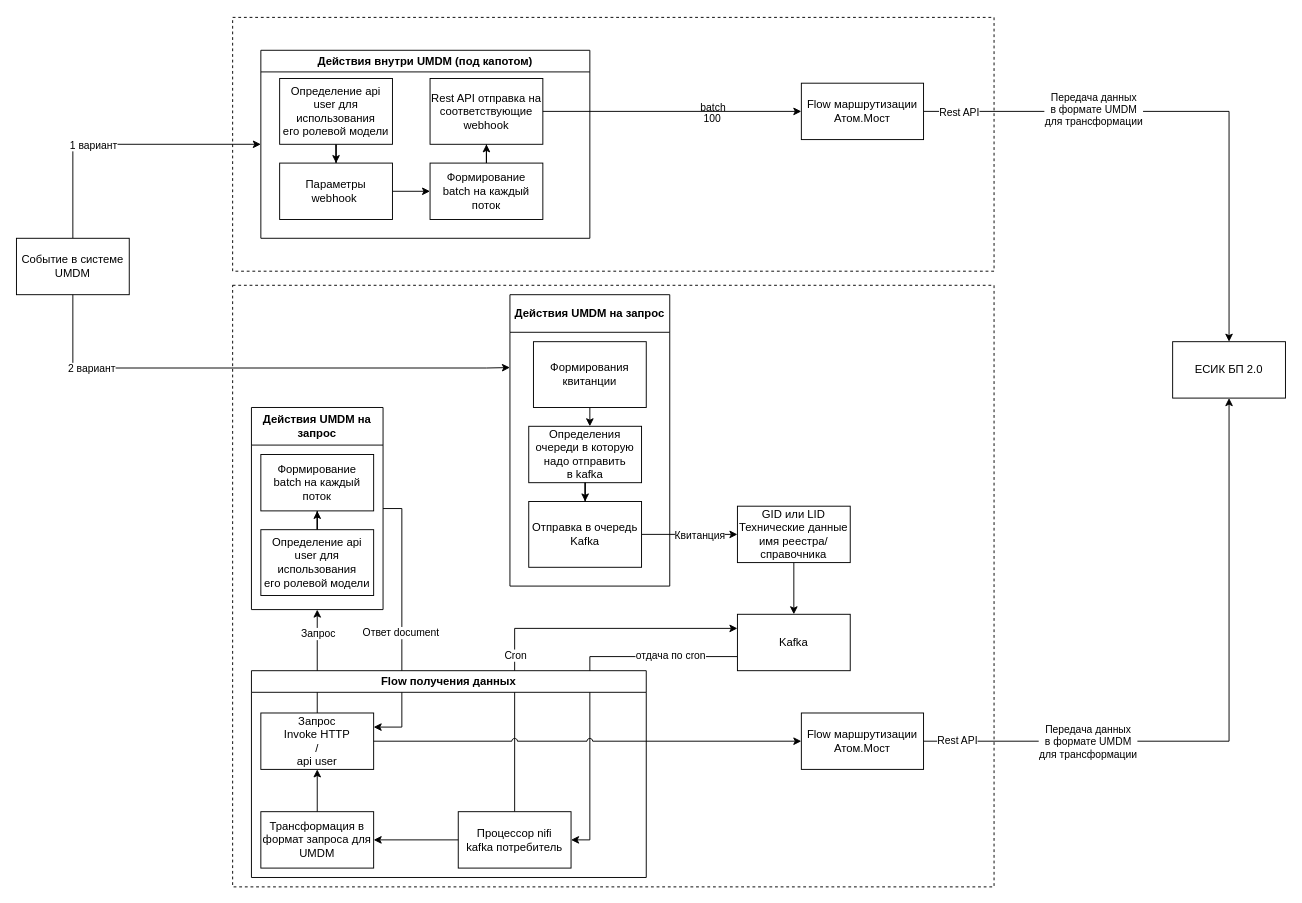
This is Варианты отправки.drawio from Grin5/drawIo, a draw.io file, before an edit. Source tidied: cells renumbered, new cells numbered last; positions are measured from the earlier drawing's top-left corner, leaving out a move shared by most shapes. Both pictures are drawn from the tidied source at 94%, with x=0, y=0 at pixel (16, 17).
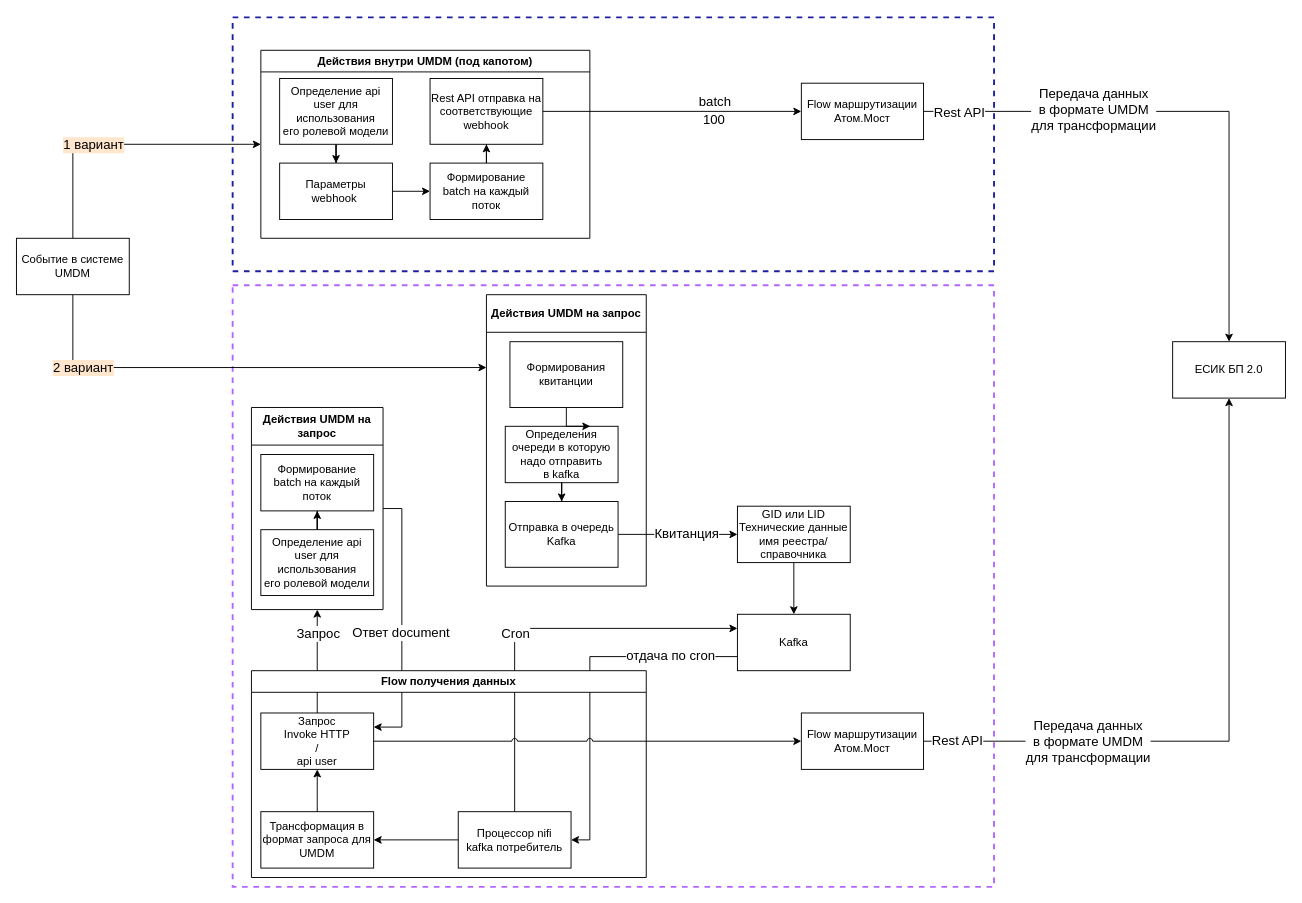
Above is the later version.

Unchanged cells that the change refers to:
```xml
<mxCell id="4" style="edgeStyle=orthogonalEdgeStyle;rounded=0;jettySize=auto;html=1;entryX=0;entryY=0.5;entryDx=0;entryDy=0;" parent="1" edge="1" source="6" target="28">
  <mxGeometry relative="1" as="geometry">
    <Array as="points">
      <mxPoint x="60" y="135" />
    </Array>
  </mxGeometry>
</mxCell>
<mxCell id="7" style="edgeStyle=orthogonalEdgeStyle;rounded=0;jettySize=auto;html=1;" parent="1" edge="1" source="10" target="23">
  <mxGeometry relative="1" as="geometry" />
</mxCell>
<mxCell id="11" style="edgeStyle=orthogonalEdgeStyle;rounded=0;jettySize=auto;html=1;exitX=1;exitY=0.5;exitDx=0;exitDy=0;" parent="1" edge="1" source="54" target="16">
  <mxGeometry relative="1" as="geometry">
    <Array as="points">
      <mxPoint x="710" y="550" />
      <mxPoint x="710" y="550" />
    </Array>
  </mxGeometry>
</mxCell>
<mxCell id="13" style="edgeStyle=orthogonalEdgeStyle;rounded=0;jettySize=auto;html=1;entryX=0;entryY=0.25;entryDx=0;entryDy=0;" parent="1" edge="1" source="6" target="53">
  <mxGeometry relative="1" as="geometry">
    <Array as="points">
      <mxPoint x="60" y="373" />
      <mxPoint x="500" y="373" />
    </Array>
  </mxGeometry>
</mxCell>
<mxCell id="19" style="edgeStyle=orthogonalEdgeStyle;rounded=0;jettySize=auto;html=1;entryX=0;entryY=0.25;entryDx=0;entryDy=0;exitX=0.5;exitY=0;exitDx=0;exitDy=0;jumpStyle=arc;" parent="1" edge="1" source="44" target="18">
  <mxGeometry relative="1" as="geometry">
    <Array as="points">
      <mxPoint x="530" y="650" />
    </Array>
  </mxGeometry>
</mxCell>
<mxCell id="21" style="edgeStyle=orthogonalEdgeStyle;rounded=0;jettySize=auto;html=1;startArrow=none;startFill=0;entryX=0.5;entryY=1;entryDx=0;entryDy=0;exitX=0.5;exitY=0;exitDx=0;exitDy=0;" parent="1" edge="1" source="43" target="41">
  <mxGeometry relative="1" as="geometry" />
</mxCell>
<mxCell id="24" style="edgeStyle=orthogonalEdgeStyle;rounded=0;jettySize=auto;html=1;exitX=1;exitY=0.5;exitDx=0;exitDy=0;entryX=0.5;entryY=1;entryDx=0;entryDy=0;" parent="1" edge="1" source="27" target="23">
  <mxGeometry relative="1" as="geometry" />
</mxCell>
<mxCell id="39" style="edgeStyle=orthogonalEdgeStyle;rounded=0;jettySize=auto;html=1;exitX=1;exitY=0.5;exitDx=0;exitDy=0;entryX=1;entryY=0.25;entryDx=0;entryDy=0;" parent="1" edge="1" source="41" target="43">
  <mxGeometry relative="1" as="geometry" />
</mxCell>
```

Diff of the diagram source:
```diff
@@
-    <mxCell id="2" style="rounded=0;whiteSpace=wrap;html=1;dashed=1;" parent="1" vertex="1">
+    <mxCell id="2" style="rounded=0;whiteSpace=wrap;html=1;dashed=1;strokeWidth=2;strokeColor=light-dark(#B266FF,#E5CCFF);" parent="1" vertex="1">
       <mxGeometry x="230" y="285" width="810" height="640" as="geometry" />
     </mxCell>
-    <mxCell id="3" style="rounded=0;whiteSpace=wrap;html=1;dashed=1;" parent="1" vertex="1">
+    <mxCell id="3" style="rounded=0;whiteSpace=wrap;html=1;dashed=1;strokeWidth=2;strokeColor=light-dark(#1E1EA1,#E5CCFF);" parent="1" vertex="1">
       <mxGeometry x="230" width="810" height="270" as="geometry" />
     </mxCell>
@@
-    <mxCell id="5" value="1 вариант" style="edgeLabel;html=1;align=center;verticalAlign=middle;" parent="4" vertex="1">
+    <mxCell id="5" value="1 вариант" style="edgeLabel;html=1;align=center;verticalAlign=middle;fontSize=14;labelBackgroundColor=light-dark(#FFE6CC,#FFFFCC);fontColor=light-dark(#000000,#000000);" parent="4" vertex="1">
       <mxGeometry x="-0.13" y="-1" relative="1" as="geometry">
         <mxPoint x="-10" y="-1" as="offset" />
       </mxGeometry>
     </mxCell>
@@
-    <mxCell id="8" value="Передача данных&lt;br&gt;в формате UMDM&lt;br&gt;для трансформации" style="edgeLabel;html=1;align=center;verticalAlign=middle;" parent="7" vertex="1">
+    <mxCell id="8" value="Передача данных&lt;br&gt;в формате UMDM&lt;br&gt;для трансформации" style="edgeLabel;html=1;align=center;verticalAlign=middle;fontSize=14;" parent="7" vertex="1">
       <mxGeometry x="-0.37" y="3" relative="1" as="geometry" />
     </mxCell>
-    <mxCell id="9" value="Rest API" style="edgeLabel;html=1;align=center;verticalAlign=middle;" parent="7" vertex="1">
+    <mxCell id="9" value="Rest API" style="edgeLabel;html=1;align=center;verticalAlign=middle;fontSize=14;" parent="7" vertex="1">
       <mxGeometry x="-0.87" relative="1" as="geometry" />
     </mxCell>
@@
-    <mxCell id="12" value="Квитанция" style="edgeLabel;html=1;align=center;verticalAlign=middle;" parent="11" vertex="1">
+    <mxCell id="12" value="Квитанция" style="edgeLabel;html=1;align=center;verticalAlign=middle;fontSize=14;" parent="11" vertex="1">
       <mxGeometry x="-0.13" y="-2" relative="1" as="geometry">
-        <mxPoint x="17" y="-2" as="offset" />
+        <mxPoint x="17" y="-4" as="offset" />
       </mxGeometry>
     </mxCell>
@@
-    <mxCell id="14" value="2 вариант" style="edgeLabel;html=1;align=center;verticalAlign=middle;" parent="13" vertex="1">
+    <mxCell id="14" value="2 вариант" style="edgeLabel;html=1;align=center;verticalAlign=middle;fontSize=14;fontColor=light-dark(#000000,#000000);labelBackgroundColor=light-dark(#FFE6CC,#FFFFCC);" parent="13" vertex="1">
       <mxGeometry x="-0.3" relative="1" as="geometry">
         <mxPoint x="-93" as="offset" />
       </mxGeometry>
     </mxCell>
@@
-    <mxCell id="20" value="Cron" style="edgeLabel;html=1;align=center;verticalAlign=middle;" parent="19" vertex="1">
+    <mxCell id="20" value="Cron" style="edgeLabel;html=1;align=center;verticalAlign=middle;fontSize=14;" parent="19" vertex="1">
       <mxGeometry x="-0.1" y="-1" relative="1" as="geometry">
-        <mxPoint x="-1" y="27" as="offset" />
+        <mxPoint x="-1" y="4" as="offset" />
       </mxGeometry>
     </mxCell>
@@
-    <mxCell id="22" value="Запрос" style="edgeLabel;html=1;align=center;verticalAlign=middle;" parent="21" vertex="1">
+    <mxCell id="22" value="Запрос" style="edgeLabel;html=1;align=center;verticalAlign=middle;fontSize=14;" parent="21" vertex="1">
       <mxGeometry x="0.51" relative="1" as="geometry">
         <mxPoint y="-2" as="offset" />
       </mxGeometry>
     </mxCell>
@@
-    <mxCell id="25" value="Передача данных&lt;br&gt;в формате UMDM&lt;br&gt;для трансформации" style="edgeLabel;html=1;align=center;verticalAlign=middle;" parent="24" vertex="1">
+    <mxCell id="25" value="Передача данных&lt;br&gt;в формате UMDM&lt;br&gt;для трансформации" style="edgeLabel;html=1;align=center;verticalAlign=middle;fontSize=14;" parent="24" vertex="1">
       <mxGeometry x="-0.42" relative="1" as="geometry">
         <mxPoint x="-26" as="offset" />
       </mxGeometry>
     </mxCell>
-    <mxCell id="26" value="Rest API" style="edgeLabel;html=1;align=center;verticalAlign=middle;" parent="24" vertex="1">
+    <mxCell id="26" value="Rest API" style="edgeLabel;html=1;align=center;verticalAlign=middle;fontSize=14;" parent="24" vertex="1">
       <mxGeometry x="-0.91" y="1" relative="1" as="geometry">
         <mxPoint x="4" as="offset" />
       </mxGeometry>
     </mxCell>
@@
-    <mxCell id="36" value="batch" style="edgeLabel;html=1;align=center;verticalAlign=middle;" parent="1" vertex="1">
-      <mxGeometry x="740" y="95" as="geometry" />
+    <mxCell id="36" value="batch" style="edgeLabel;html=1;align=center;verticalAlign=middle;fontSize=14;" parent="1" vertex="1">
+      <mxGeometry x="740" y="103" as="geometry">
+        <mxPoint x="2" y="-14" as="offset" />
+      </mxGeometry>
     </mxCell>
-    <mxCell id="37" value="100" style="edgeLabel;html=1;align=center;verticalAlign=middle;" parent="1" vertex="1">
-      <mxGeometry x="746" y="119" as="geometry">
+    <mxCell id="37" value="100" style="edgeLabel;html=1;align=center;verticalAlign=middle;fontSize=14;" parent="1" vertex="1">
+      <mxGeometry x="748" y="120" as="geometry">
         <mxPoint x="-7" y="-12" as="offset" />
       </mxGeometry>
     </mxCell>
@@
-    <mxCell id="40" value="Ответ document" style="edgeLabel;html=1;align=center;verticalAlign=middle;" parent="39" vertex="1">
+    <mxCell id="40" value="Ответ document" style="edgeLabel;html=1;align=center;verticalAlign=middle;fontSize=14;" parent="39" vertex="1">
       <mxGeometry x="0.05" y="-1" relative="1" as="geometry">
         <mxPoint x="-1" y="4" as="offset" />
       </mxGeometry>
     </mxCell>
@@
-    <mxCell id="51" value="отдача по cron" style="edgeLabel;html=1;align=center;verticalAlign=middle;" parent="1" vertex="1">
+    <mxCell id="51" value="отдача по cron" style="edgeLabel;html=1;align=center;verticalAlign=middle;fontSize=14;" parent="1" vertex="1">
       <mxGeometry x="695" y="678" as="geometry" />
     </mxCell>
@@
     <mxCell id="53" value="Действия UMDM на запрос" style="swimlane;whiteSpace=wrap;html=1;startSize=40;" parent="1" vertex="1">
-      <mxGeometry x="525" y="295" width="170" height="310" as="geometry" />
+      <mxGeometry x="500" y="295" width="170" height="310" as="geometry" />
     </mxCell>
@@
     <mxCell id="58" value="Формирования квитанции" style="rounded=0;whiteSpace=wrap;html=1;" parent="1" vertex="1">
-      <mxGeometry x="550" y="345" width="120" height="70" as="geometry" />
+      <mxGeometry x="525" y="345" width="120" height="70" as="geometry" />
     </mxCell>
```
